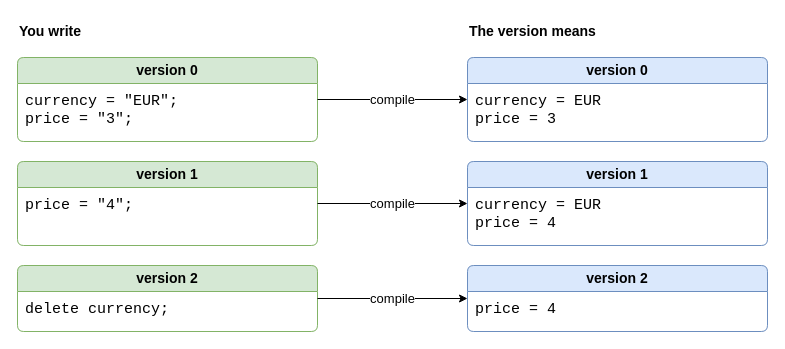
Above: drawio/08_inheritance.drawio in goloveshin/galimatron_doc (draw.io), before the change. Source tidied: cells renumbered, new cells numbered last; positions are measured from the earlier drawing's top-left corner, leaving out a move shared by most shapes. Both pictures are drawn from the tidied source at 100%, with x=0, y=0 at pixel (17, 17).
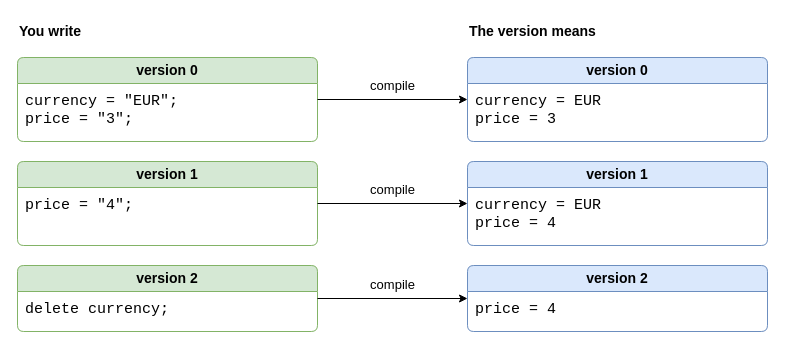
The same page after the edit.

The change refers to these unchanged cells:
```xml
<mxCell id="4" value="version 0" style="swimlane;whiteSpace=wrap;html=1;rounded=1;arcSize=8;startSize=26;fillColor=#d5e8d4;strokeColor=#82b366;swimlaneFillColor=#ffffff;fontStyle=1;fontSize=14;align=center;" parent="1" vertex="1">
  <mxGeometry y="40" width="300" height="84" as="geometry" />
</mxCell>
<mxCell id="6" value="version 0" style="swimlane;whiteSpace=wrap;html=1;rounded=1;arcSize=8;startSize=26;fillColor=#dae8fc;strokeColor=#6c8ebf;swimlaneFillColor=#ffffff;fontStyle=1;fontSize=14;align=center;" parent="1" vertex="1">
  <mxGeometry x="450" y="40" width="300" height="84" as="geometry" />
</mxCell>
<mxCell id="9" value="version 1" style="swimlane;whiteSpace=wrap;html=1;rounded=1;arcSize=8;startSize=26;fillColor=#d5e8d4;strokeColor=#82b366;swimlaneFillColor=#ffffff;fontStyle=1;fontSize=14;align=center;" parent="1" vertex="1">
  <mxGeometry y="144" width="300" height="84" as="geometry" />
</mxCell>
<mxCell id="11" value="version 1" style="swimlane;whiteSpace=wrap;html=1;rounded=1;arcSize=8;startSize=26;fillColor=#dae8fc;strokeColor=#6c8ebf;swimlaneFillColor=#ffffff;fontStyle=1;fontSize=14;align=center;" parent="1" vertex="1">
  <mxGeometry x="450" y="144" width="300" height="84" as="geometry" />
</mxCell>
<mxCell id="14" value="version 2" style="swimlane;whiteSpace=wrap;html=1;rounded=1;arcSize=8;startSize=26;fillColor=#d5e8d4;strokeColor=#82b366;swimlaneFillColor=#ffffff;fontStyle=1;fontSize=14;align=center;" parent="1" vertex="1">
  <mxGeometry y="248" width="300" height="66" as="geometry" />
</mxCell>
<mxCell id="16" value="version 2" style="swimlane;whiteSpace=wrap;html=1;rounded=1;arcSize=8;startSize=26;fillColor=#dae8fc;strokeColor=#6c8ebf;swimlaneFillColor=#ffffff;fontStyle=1;fontSize=14;align=center;" parent="1" vertex="1">
  <mxGeometry x="450" y="248" width="300" height="66" as="geometry" />
</mxCell>
```

The edit, as a diff of the source:
```diff
@@
-    <mxCell id="8" value="compile" style="endArrow=classic;html=1;labelBackgroundColor=#ffffff;edgeStyle=none;fontSize=13;" parent="1" edge="1" source="4" target="6">
-      <mxGeometry relative="1" as="geometry" />
+    <mxCell id="8" value="compile" style="endArrow=classic;html=1;edgeStyle=none;fontSize=13;" parent="1" edge="1" source="4" target="6">
+      <mxGeometry relative="1" as="geometry">
+        <mxPoint y="-14" as="offset" />
+      </mxGeometry>
     </mxCell>
@@
-    <mxCell id="13" value="compile" style="endArrow=classic;html=1;labelBackgroundColor=#ffffff;edgeStyle=none;fontSize=13;" parent="1" edge="1" source="9" target="11">
-      <mxGeometry relative="1" as="geometry" />
+    <mxCell id="13" value="compile" style="endArrow=classic;html=1;edgeStyle=none;fontSize=13;" parent="1" edge="1" source="9" target="11">
+      <mxGeometry relative="1" as="geometry">
+        <mxPoint y="-14" as="offset" />
+      </mxGeometry>
     </mxCell>
@@
-    <mxCell id="18" value="compile" style="endArrow=classic;html=1;labelBackgroundColor=#ffffff;edgeStyle=none;fontSize=13;" parent="1" edge="1" source="14" target="16">
-      <mxGeometry relative="1" as="geometry" />
+    <mxCell id="18" value="compile" style="endArrow=classic;html=1;edgeStyle=none;fontSize=13;" parent="1" edge="1" source="14" target="16">
+      <mxGeometry relative="1" as="geometry">
+        <mxPoint y="-14" as="offset" />
+      </mxGeometry>
     </mxCell>
```
